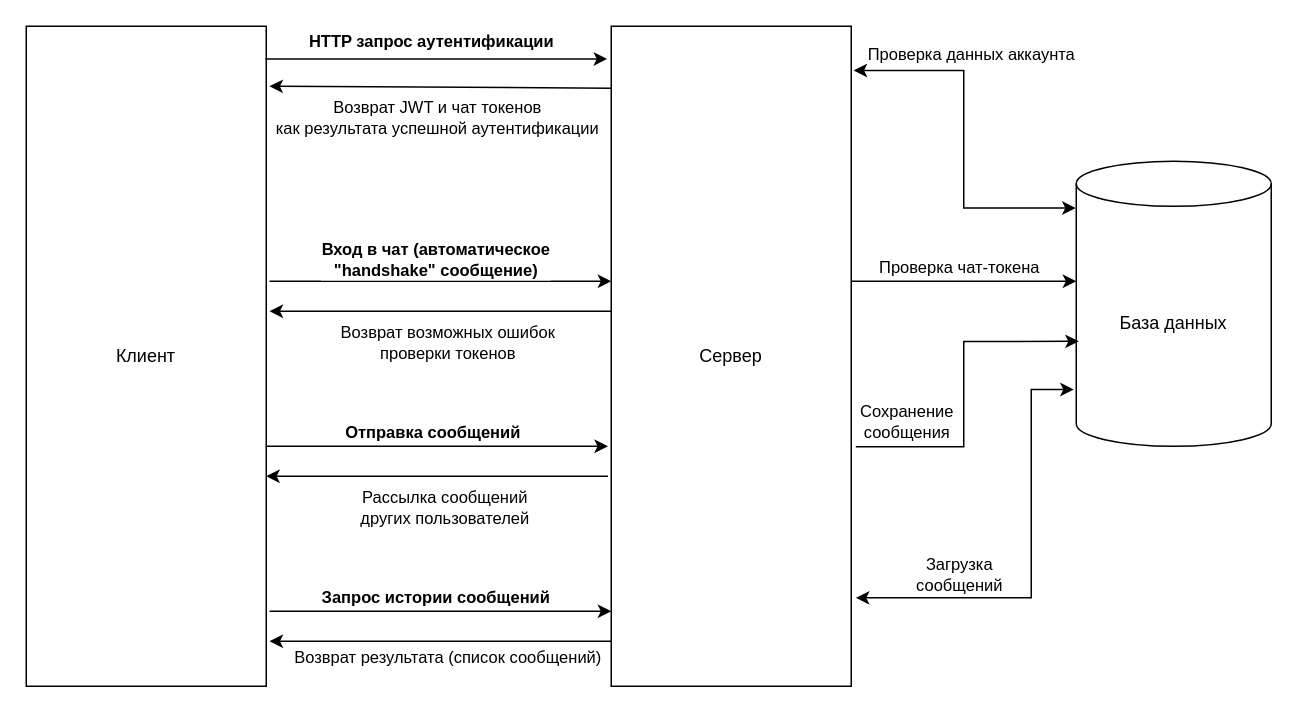
Before: page "функц схема" (1 of 2) of websocketchat_diagram.drawio in leg0ushque/websocket-client-server-chat, a draw.io diagram. Source tidied: cells renumbered, new cells numbered last; positions are measured from the earlier drawing's top-left corner, leaving out a move shared by most shapes. Both pictures are drawn from the tidied source at 150%, with x=0, y=0 at pixel (26, 26).
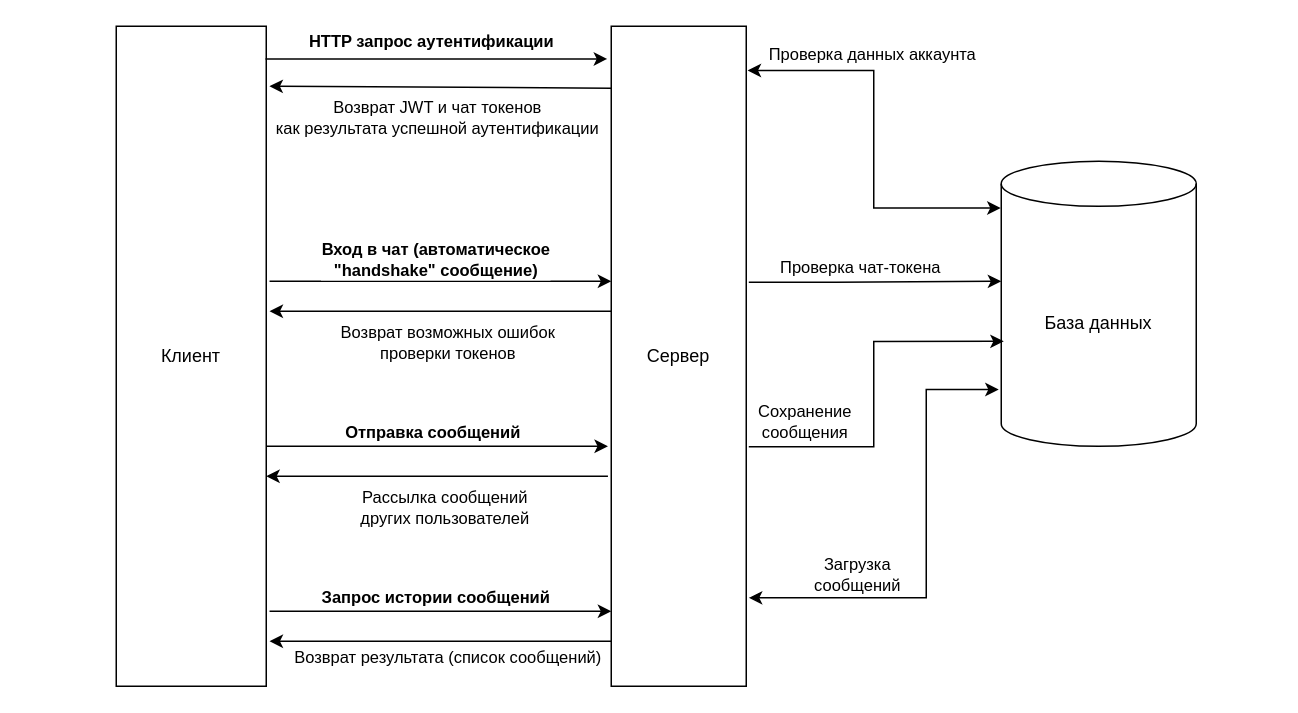
Above is the later version.

What changed in the source:
```diff
@@
     <mxCell id="2" value="Клиент" style="rounded=0;whiteSpace=wrap;html=1;" parent="1" vertex="1">
-      <mxGeometry width="160" height="440" as="geometry" />
+      <mxGeometry x="60" width="100" height="440" as="geometry" />
     </mxCell>
     <mxCell id="3" value="База данных" style="shape=cylinder3;whiteSpace=wrap;html=1;boundedLbl=1;backgroundOutline=1;size=15;" parent="1" vertex="1">
-      <mxGeometry x="700" y="90" width="130" height="190" as="geometry" />
+      <mxGeometry x="650" y="90" width="130" height="190" as="geometry" />
     </mxCell>
     <mxCell id="4" value="Сервер" style="rounded=0;whiteSpace=wrap;html=1;" parent="1" vertex="1">
-      <mxGeometry x="390" width="160" height="440" as="geometry" />
+      <mxGeometry x="390" width="90" height="440" as="geometry" />
     </mxCell>
@@
-    <mxCell id="11" style="endArrow=classic;html=1;rounded=0;exitX=0.997;exitY=0.068;exitDx=0;exitDy=0;exitPerimeter=0;startArrow=none;startFill=0;edgeStyle=orthogonalEdgeStyle;entryX=0;entryY=0.421;entryDx=0;entryDy=0;entryPerimeter=0;" parent="1" edge="1" target="3">
+    <mxCell id="11" style="endArrow=classic;html=1;rounded=0;exitX=1.019;exitY=0.388;exitDx=0;exitDy=0;exitPerimeter=0;startArrow=none;startFill=0;edgeStyle=orthogonalEdgeStyle;entryX=0;entryY=0.421;entryDx=0;entryDy=0;entryPerimeter=0;" parent="1" edge="1" source="4" target="3">
       <mxGeometry relative="1" as="geometry">
-        <mxPoint x="550" y="170" as="sourcePoint" />
         <Array as="points">
-          <mxPoint x="590" y="170" />
-          <mxPoint x="590" y="170" />
+          <mxPoint x="540" y="171" />
         </Array>
       </mxGeometry>
     </mxCell>
@@
     <mxCell id="19" style="endArrow=classic;html=1;rounded=0;exitX=1.019;exitY=0.866;exitDx=0;exitDy=0;startArrow=classic;startFill=1;entryX=-0.013;entryY=0.801;entryDx=0;entryDy=0;entryPerimeter=0;edgeStyle=orthogonalEdgeStyle;exitPerimeter=0;endFill=1;" parent="1" edge="1" source="4" target="3">
       <mxGeometry relative="1" as="geometry">
         <Array as="points">
-          <mxPoint x="670" y="381" />
-          <mxPoint x="670" y="242" />
+          <mxPoint x="600" y="381" />
+          <mxPoint x="600" y="242" />
         </Array>
       </mxGeometry>
     </mxCell>
```
